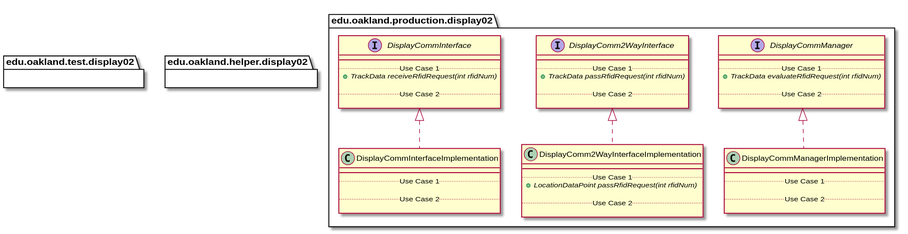
Before: docs/uml-class-diagrams/display02/Display02Packages_DirectDependencies.svg, a diagram exported from PlantUML (andrewdimmer/csi-3370-software-project).
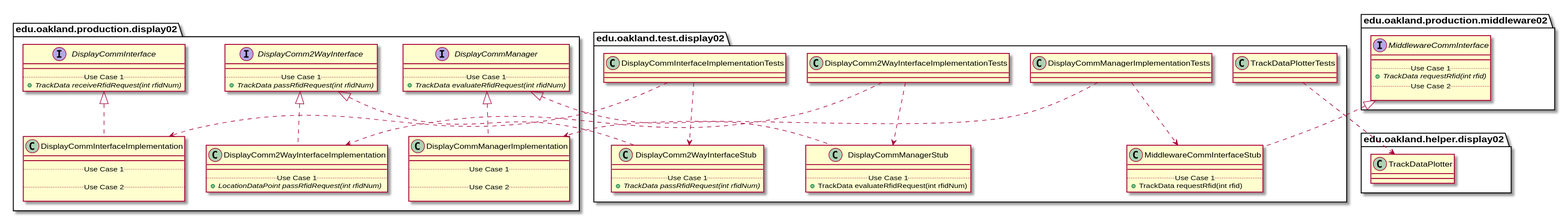
Later version of the same file.

Diff of the diagram source:
```diff
@@ -16,9 +16,6 @@
         __
         .. Use Case 1 ..
         {abstract} + TrackData receiveRfidRequest(int rfidNum)
-
-        .. Use Case 2 ..
-
     }
 }
 
@@ -28,9 +25,6 @@
         __
         .. Use Case 1 ..
         {abstract} + TrackData passRfidRequest(int rfidNum)
-
-        .. Use Case 2 ..
-
     }
 }
 
@@ -40,9 +34,6 @@
         __
         .. Use Case 1 ..
         {abstract} + TrackData evaluateRfidRequest(int rfidNum)
-
-        .. Use Case 2 ..
-
     }
 }
 
@@ -65,9 +56,6 @@
         __
         .. Use Case 1 ..
         {abstract} + LocationDataPoint passRfidRequest(int rfidNum)
-
-        .. Use Case 2 ..
-
     }
 }
 
@@ -112,10 +100,106 @@
 }
 
 
+package edu.oakland.test.display02 {
+    class DisplayCommInterfaceImplementationTests {
+
+    }
+}
+
+
+
+package edu.oakland.test.display02 {
+    class DisplayComm2WayInterfaceStub {
+        __
+        .. Use Case 1 ..
+        {abstract} + TrackData passRfidRequest(int rfidNum)
+    }
+}
+
+DisplayCommInterfaceImplementationTests ..> DisplayComm2WayInterfaceStub
+
+package edu.oakland.test.display02 {
+    class DisplayComm2WayInterfaceImplementationTests {
+
+    }
+}
+
+
+
+package edu.oakland.test.display02 {
+    class DisplayCommManagerStub {
+        __
+        .. Use Case 1 ..
+        + TrackData evaluateRfidRequest(int rfidNum)
+    }
+}
+
+DisplayComm2WayInterfaceImplementationTests ..> DisplayCommManagerStub
+
+package edu.oakland.test.display02 {
+    class DisplayCommManagerImplementationTests {
+
+    }
+}
+
+
+
+package edu.oakland.test.display02 {
+    class MiddlewareCommInterfaceStub {
+        __
+        .. Use Case 1 ..
+        + TrackData requestRfid(int rfid)
+    }
+}
+
+DisplayCommManagerImplementationTests ..> MiddlewareCommInterfaceStub
+
+package edu.oakland.test.display02 {
+    class TrackDataPlotterTests {
+
+    }
+}
+
+
+DisplayCommInterfaceImplementationTests ..> DisplayCommInterfaceImplementation
+DisplayComm2WayInterfaceImplementationTests ..> DisplayComm2WayInterfaceImplementation
+DisplayCommManagerImplementationTests ..> DisplayCommManagerImplementation
+
+package edu.oakland.helper.display02 {
+    class TrackDataPlotter {
+
+    }
+}
+
+TrackDataPlotterTests ..> TrackDataPlotter
+DisplayComm2WayInterfaceStub .up.|> DisplayComm2WayInterface
+DisplayCommManagerStub .up.|> DisplayCommManager
+
+
+
+
+
+
+
+
+
+package edu.oakland.production.middleware02 {
+    interface MiddlewareCommInterface {
+        __
+        .. Use Case 1 ..
+        {abstract} + TrackData requestRfid(int rfid)
+        .. Use Case 2 ..
+
+    }
+}
+
+MiddlewareCommInterfaceStub .up.|> MiddlewareCommInterface
+
 
 package edu.oakland.helper.display02 {
 
 }
 
 
+
 @enduml
```
